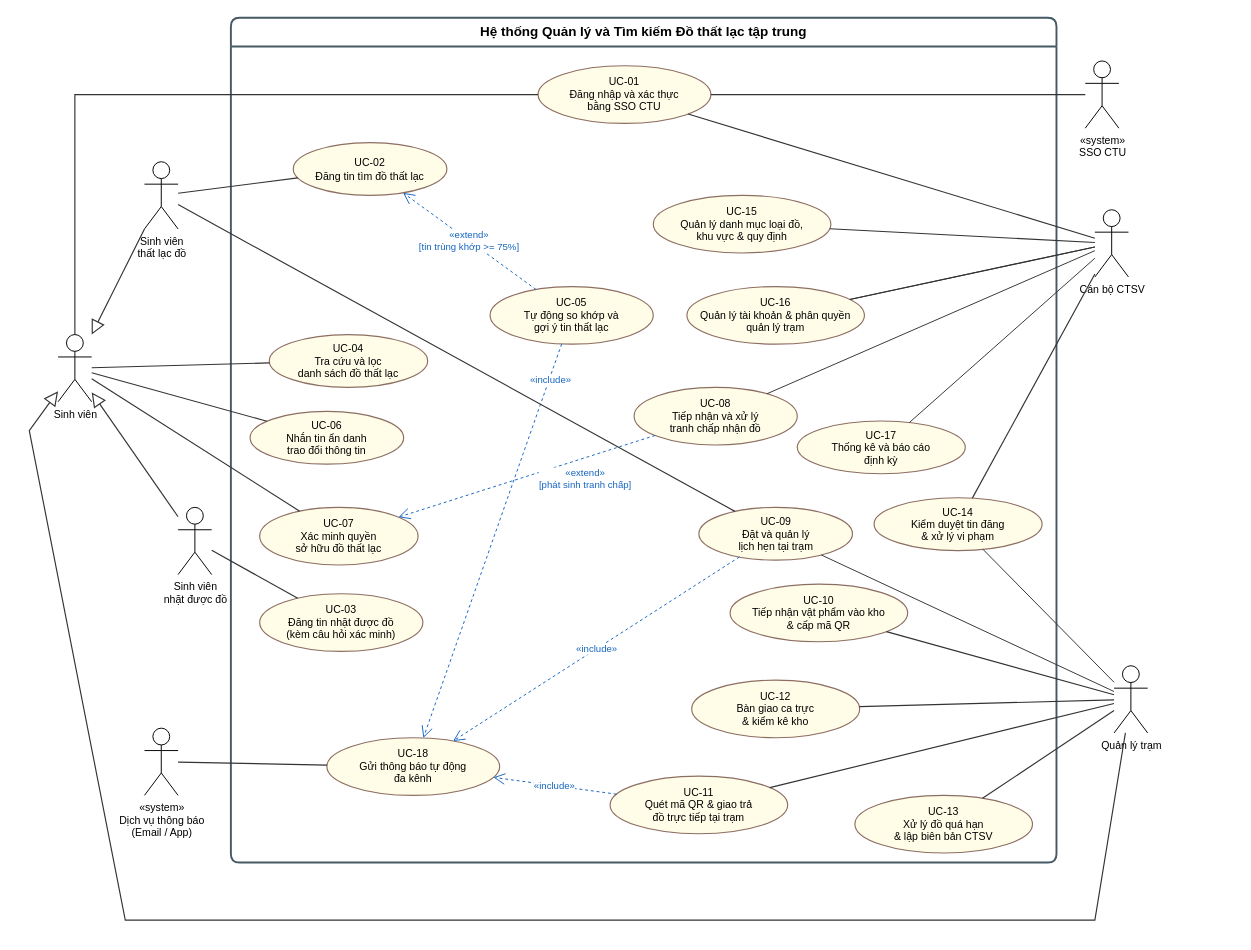
Earlier version of the draw.io diagram 03_MoHinh/FileGoc/UC_TongQuat_v1.0.drawio (lexipit3268/CT241_DeTai05). Source tidied: cells renumbered, new cells numbered last; positions are measured from the earlier drawing's top-left corner, leaving out a move shared by most shapes. Both pictures are drawn from the tidied source at 96%, with x=0, y=0 at pixel (29, 17).
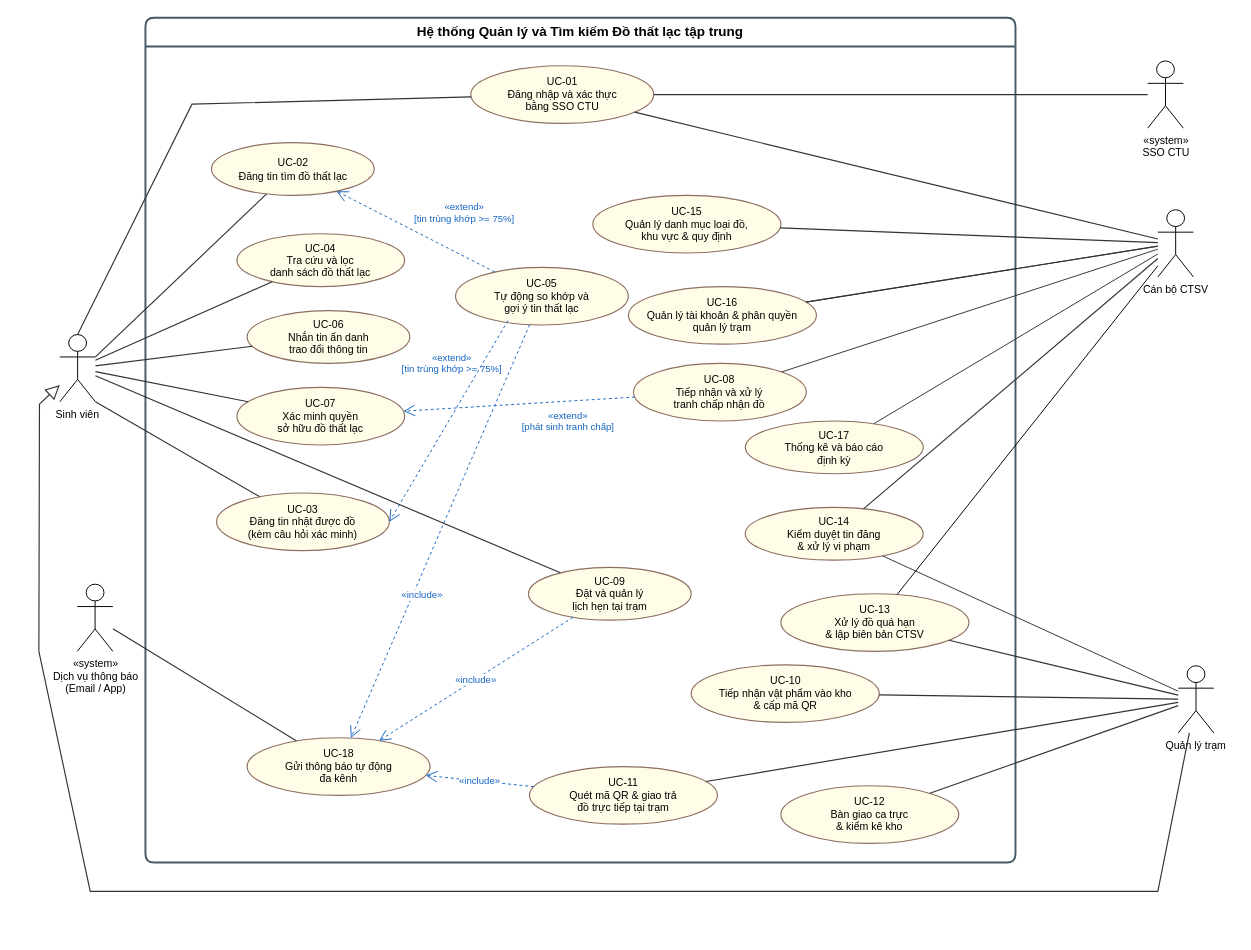
The same page after the edit.

Commit message (it also covers changes not shown here):
Refactor UC_TongQuat_v1.0.drawio: Adjust dimensions and positions of use cases and actors for improved layout and clarity; update connection edges for better flow representation.

What changed in the source:
```diff
@@
     <mxCell id="2" style="group;fillColor=default;" parent="1" vertex="1">
-      <mxGeometry width="1185" height="940" as="geometry" />
+      <mxGeometry width="1255" height="940" as="geometry" />
     </mxCell>
     <mxCell id="3" value="Hệ thống Quản lý và Tìm kiếm Đồ thất lạc tập trung" style="swimlane;whiteSpace=wrap;html=1;startSize=30;rounded=1;arcSize=10;fillColor=#FFFFFF;strokeColor=#455A64;strokeWidth=2;fontSize=14;fontStyle=1;align=center;" parent="2" vertex="1">
-      <mxGeometry x="210" width="860" height="880" as="geometry" />
+      <mxGeometry x="121" width="906.3" height="880" as="geometry" />
     </mxCell>
     <mxCell id="4" value="UC-16&lt;br&gt;Quản lý tài khoản &amp;amp; phân quyền&lt;br&gt;quản lý trạm" style="ellipse;whiteSpace=wrap;html=1;fillColor=#FFFDE7;strokeColor=#8D6E63;strokeWidth=1.2;fontSize=11;align=center;" parent="3" vertex="1">
-      <mxGeometry x="475" y="280" width="185" height="60" as="geometry" />
+      <mxGeometry x="503.1" y="280" width="195.9" height="60" as="geometry" />
     </mxCell>
     <mxCell id="5" value="UC-15&lt;br&gt;Quản lý danh mục loại đồ,&lt;br&gt;khu vực &amp;amp; quy định" style="ellipse;whiteSpace=wrap;html=1;fillColor=#FFFDE7;strokeColor=#8D6E63;strokeWidth=1.2;fontSize=11;align=center;" parent="3" vertex="1">
-      <mxGeometry x="440" y="185" width="185" height="60" as="geometry" />
+      <mxGeometry x="466" y="185" width="195.9" height="60" as="geometry" />
     </mxCell>
     <mxCell id="6" value="UC-01&lt;br&gt;Đăng nhập và xác thực&lt;br&gt;bằng SSO CTU" style="ellipse;whiteSpace=wrap;html=1;fillColor=#FFFDE7;strokeColor=#8D6E63;strokeWidth=1.2;fontSize=11;align=center;" parent="3" vertex="1">
-      <mxGeometry x="320" y="50" width="180" height="60" as="geometry" />
+      <mxGeometry x="338.9" y="50" width="190.6" height="60" as="geometry" />
     </mxCell>
     <mxCell id="7" value="UC-09&lt;br&gt;Đặt và quản lý&lt;br&gt;lịch hẹn tại trạm" style="ellipse;whiteSpace=wrap;html=1;fillColor=#FFFDE7;strokeColor=#8D6E63;strokeWidth=1.2;fontSize=11;align=center;" parent="3" vertex="1">
-      <mxGeometry x="487.5" y="510" width="160" height="55" as="geometry" />
+      <mxGeometry x="399" y="572.5" width="169.5" height="55" as="geometry" />
     </mxCell>
     <mxCell id="8" value="UC-03&lt;br&gt;Đăng tin nhặt được đồ&lt;br&gt;(kèm câu hỏi xác minh)" style="ellipse;whiteSpace=wrap;html=1;fillColor=#FFFDE7;strokeColor=#8D6E63;strokeWidth=1.2;fontSize=11;align=center;" parent="3" vertex="1">
-      <mxGeometry x="30" y="600" width="170" height="60" as="geometry" />
+      <mxGeometry x="74.1" y="495" width="180" height="60" as="geometry" />
     </mxCell>
     <mxCell id="9" value="UC-08&lt;br&gt;Tiếp nhận và xử lý&lt;br&gt;tranh chấp nhận đồ" style="ellipse;whiteSpace=wrap;html=1;fillColor=#FFFDE7;strokeColor=#8D6E63;strokeWidth=1.2;fontSize=11;align=center;" parent="3" vertex="1">
-      <mxGeometry x="420" y="385" width="170" height="60" as="geometry" />
+      <mxGeometry x="508.4" y="360" width="180" height="60" as="geometry" />
     </mxCell>
     <mxCell id="10" value="UC-05&lt;br&gt;Tự động so khớp và&lt;br&gt;gợi ý tin thất lạc" style="ellipse;whiteSpace=wrap;html=1;fillColor=#FFFDE7;strokeColor=#8D6E63;strokeWidth=1.2;fontSize=11;align=center;" parent="3" vertex="1">
-      <mxGeometry x="270" y="280" width="170" height="60" as="geometry" />
+      <mxGeometry x="323" y="260" width="180" height="60" as="geometry" />
     </mxCell>
     <mxCell id="11" value="UC-07&lt;br&gt;Xác minh quyền&lt;br&gt;sở hữu đồ thất lạc" style="ellipse;whiteSpace=wrap;html=1;fillColor=#FFFDE7;strokeColor=#8D6E63;strokeWidth=1.2;fontSize=11;align=center;" parent="3" vertex="1">
-      <mxGeometry x="30" y="510" width="165" height="60" as="geometry" />
+      <mxGeometry x="95.3" y="385" width="174.7" height="60" as="geometry" />
     </mxCell>
@@
     <mxCell id="13" value="UC-06&lt;br&gt;Nhắn tin ẩn danh&lt;br&gt;trao đổi thông tin" style="ellipse;whiteSpace=wrap;html=1;fillColor=#FFFDE7;strokeColor=#8D6E63;strokeWidth=1.2;fontSize=11;align=center;" parent="3" vertex="1">
-      <mxGeometry x="20" y="410" width="160" height="55" as="geometry" />
+      <mxGeometry x="105.9" y="305" width="169.5" height="55" as="geometry" />
     </mxCell>
     <mxCell id="14" value="UC-04&lt;br&gt;Tra cứu và lọc&lt;br&gt;danh sách đồ thất lạc" style="ellipse;whiteSpace=wrap;html=1;fillColor=#FFFDE7;strokeColor=#8D6E63;strokeWidth=1.2;fontSize=11;align=center;" parent="3" vertex="1">
-      <mxGeometry x="40" y="330" width="165" height="55" as="geometry" />
+      <mxGeometry x="95.3" y="225" width="174.7" height="55" as="geometry" />
     </mxCell>
     <mxCell id="15" value="UC-02&lt;br&gt;Đăng tin tìm đồ thất lạc" style="ellipse;whiteSpace=wrap;html=1;fillColor=#FFFDE7;strokeColor=#8D6E63;strokeWidth=1.2;fontSize=11;align=center;" parent="3" vertex="1">
-      <mxGeometry x="65" y="130" width="160" height="55" as="geometry" />
+      <mxGeometry x="68.8" y="130" width="169.5" height="55" as="geometry" />
     </mxCell>
     <mxCell id="16" value="«extend»&#10;[tin trùng khớp &gt;= 75%]" style="endArrow=open;endSize=10;dashed=1;html=1;rounded=0;strokeColor=#1565C0;fontColor=#1565C0;fontSize=10;" parent="3" edge="1" source="10" target="15">
-      <mxGeometry relative="1" as="geometry" />
+      <mxGeometry x="-0.4" y="-40" relative="1" as="geometry">
+        <mxPoint y="-1" as="offset" />
+      </mxGeometry>
     </mxCell>
     <mxCell id="17" value="UC-18&lt;br&gt;Gửi thông báo tự động&lt;br&gt;đa kênh" style="ellipse;whiteSpace=wrap;html=1;fillColor=#FFFDE7;strokeColor=#8D6E63;strokeWidth=1.2;fontSize=11;align=center;" parent="3" vertex="1">
-      <mxGeometry x="100" y="750" width="180" height="60" as="geometry" />
+      <mxGeometry x="105.9" y="750" width="190.6" height="60" as="geometry" />
     </mxCell>
     <mxCell id="18" value="«include»" style="endArrow=open;endSize=10;dashed=1;html=1;rounded=0;strokeColor=#1565C0;fontColor=#1565C0;fontSize=10;" parent="3" edge="1" source="10" target="17">
-      <mxGeometry x="-0.82" y="1" relative="1" as="geometry" />
+      <mxGeometry x="0.29" y="8" relative="1" as="geometry">
+        <mxPoint x="1" as="offset" />
+      </mxGeometry>
     </mxCell>
@@
     <mxCell id="20" value="UC-10&lt;br&gt;Tiếp nhận vật phẩm vào kho&lt;br&gt;&amp;amp; cấp mã QR" style="ellipse;whiteSpace=wrap;html=1;fillColor=#FFFDE7;strokeColor=#8D6E63;strokeWidth=1.2;fontSize=11;align=center;" parent="3" vertex="1">
-      <mxGeometry x="520" y="590" width="185" height="60" as="geometry" />
+      <mxGeometry x="568.5" y="674" width="195.9" height="60" as="geometry" />
     </mxCell>
     <mxCell id="21" value="UC-11&lt;br&gt;Quét mã QR &amp;amp; giao trả&lt;br&gt;đồ trực tiếp tại trạm" style="ellipse;whiteSpace=wrap;html=1;fillColor=#FFFDE7;strokeColor=#8D6E63;strokeWidth=1.2;fontSize=11;align=center;" parent="3" vertex="1">
-      <mxGeometry x="395" y="790" width="185" height="60" as="geometry" />
+      <mxGeometry x="400" y="780" width="195.9" height="60" as="geometry" />
     </mxCell>
     <mxCell id="22" value="UC-12&lt;br&gt;Bàn giao ca trực&lt;br&gt;&amp;amp; kiểm kê kho" style="ellipse;whiteSpace=wrap;html=1;fillColor=#FFFDE7;strokeColor=#8D6E63;strokeWidth=1.2;fontSize=11;align=center;" parent="3" vertex="1">
-      <mxGeometry x="480" y="690" width="175" height="60" as="geometry" />
+      <mxGeometry x="661.9" y="800" width="185.3" height="60" as="geometry" />
     </mxCell>
     <mxCell id="23" value="UC-13&lt;br&gt;Xử lý đồ quá hạn&lt;br&gt;&amp;amp; lập biên bản CTSV" style="ellipse;whiteSpace=wrap;html=1;fillColor=#FFFDE7;strokeColor=#8D6E63;strokeWidth=1.2;fontSize=11;align=center;" parent="3" vertex="1">
-      <mxGeometry x="650" y="810" width="185" height="60" as="geometry" />
+      <mxGeometry x="661.9" y="600" width="195.9" height="60" as="geometry" />
     </mxCell>
     <mxCell id="24" value="UC-17&lt;br&gt;Thống kê và báo cáo&lt;br&gt;định kỳ" style="ellipse;whiteSpace=wrap;html=1;fillColor=#FFFDE7;strokeColor=#8D6E63;strokeWidth=1.2;fontSize=11;align=center;" parent="3" vertex="1">
-      <mxGeometry x="590" y="420" width="175" height="55" as="geometry" />
+      <mxGeometry x="624.9" y="420" width="185.3" height="55" as="geometry" />
     </mxCell>
     <mxCell id="25" value="UC-14&lt;br&gt;Kiểm duyệt tin đăng&lt;br&gt;&amp;amp; xử lý vi phạm" style="ellipse;whiteSpace=wrap;html=1;fillColor=#FFFDE7;strokeColor=#8D6E63;strokeWidth=1.2;fontSize=11;align=center;" parent="3" vertex="1">
-      <mxGeometry x="670" y="500" width="175" height="55" as="geometry" />
+      <mxGeometry x="624.8" y="510" width="185.3" height="55" as="geometry" />
     </mxCell>
-    <mxCell id="26" value="Sinh viên&lt;br&gt;thất lạc đồ" style="shape=umlActor;verticalLabelPosition=bottom;verticalAlign=top;html=1;outlineConnect=0;fillColor=#FFFFFF;strokeColor=#000000;fontSize=11;align=center;" parent="2" vertex="1">
-      <mxGeometry x="120" y="150" width="35" height="70" as="geometry" />
-    </mxCell>
-    <mxCell id="27" value="Sinh viên&lt;br&gt;nhặt được đồ" style="shape=umlActor;verticalLabelPosition=bottom;verticalAlign=top;html=1;outlineConnect=0;fillColor=#FFFFFF;strokeColor=#000000;fontSize=11;align=center;" parent="2" vertex="1">
-      <mxGeometry x="155" y="510" width="35" height="70" as="geometry" />
-    </mxCell>
-    <mxCell id="28" value="«system»&lt;br&gt;Dịch vụ thông báo&lt;br&gt;(Email / App)" style="shape=umlActor;verticalLabelPosition=bottom;verticalAlign=top;html=1;outlineConnect=0;fillColor=#FFFFFF;strokeColor=#000000;fontSize=11;align=center;" parent="2" vertex="1">
-      <mxGeometry x="120" y="740" width="35" height="70" as="geometry" />
-    </mxCell>
+    <mxCell id="59" value="«extend»&#10;[tin trùng khớp &amp;gt;= 75%]" style="endArrow=open;endSize=10;dashed=1;html=1;rounded=0;strokeColor=#1565C0;fontColor=#1565C0;fontSize=10;entryX=1;entryY=0.5;entryDx=0;entryDy=0;exitX=0.303;exitY=0.925;exitDx=0;exitDy=0;exitPerimeter=0;labelBackgroundColor=none;" parent="3" edge="1" source="10" target="8">
+      <mxGeometry x="-0.44" y="-28" relative="1" as="geometry" />
+    </mxCell>
     <mxCell id="29" value="Cán bộ CTSV" style="shape=umlActor;verticalLabelPosition=bottom;verticalAlign=top;html=1;outlineConnect=0;fillColor=#FFFFFF;strokeColor=#000000;fontSize=11;align=center;" parent="2" vertex="1">
-      <mxGeometry x="1110" y="200" width="35" height="70" as="geometry" />
+      <mxGeometry x="1175.6" y="200" width="37.1" height="70" as="geometry" />
     </mxCell>
     <mxCell id="30" value="Quản lý trạm" style="shape=umlActor;verticalLabelPosition=bottom;verticalAlign=top;html=1;outlineConnect=0;fillColor=#FFFFFF;strokeColor=#000000;fontSize=11;align=center;" parent="2" vertex="1">
-      <mxGeometry x="1130" y="675" width="35" height="70" as="geometry" />
+      <mxGeometry x="1196.8" y="675" width="37.1" height="70" as="geometry" />
     </mxCell>
     <mxCell id="31" value="«system»&lt;br&gt;SSO CTU" style="shape=umlActor;verticalLabelPosition=bottom;verticalAlign=top;html=1;outlineConnect=0;fillColor=#FFFFFF;strokeColor=#000000;fontSize=11;align=center;" parent="2" vertex="1">
-      <mxGeometry x="1100" y="45" width="35" height="70" as="geometry" />
+      <mxGeometry x="1165" y="45" width="37.1" height="70" as="geometry" />
     </mxCell>
-    <mxCell id="32" style="endArrow=block;endSize=12;endFill=0;html=1;rounded=0;strokeColor=#333333;strokeWidth=1.2;" parent="2" edge="1" source="26" target="53">
-      <mxGeometry relative="1" as="geometry" />
-    </mxCell>
-    <mxCell id="33" style="endArrow=block;endSize=12;endFill=0;html=1;rounded=0;strokeColor=#333333;strokeWidth=1.2;" parent="2" edge="1" source="27" target="53">
-      <mxGeometry relative="1" as="geometry" />
-    </mxCell>
     <mxCell id="34" style="endArrow=block;endSize=12;endFill=0;html=1;rounded=0;strokeColor=#333333;strokeWidth=1.2;" parent="2" edge="1" source="30" target="53">
       <mxGeometry x="0.02" relative="1" as="geometry">
         <Array as="points">
-          <mxPoint x="1110" y="940" />
-          <mxPoint x="100" y="940" />
-          <mxPoint y="430" />
+          <mxPoint x="1175.6" y="910" />
+          <mxPoint x="63.5" y="910" />
+          <mxPoint x="10" y="660" />
+          <mxPoint x="10.6" y="402.5" />
         </Array>
       </mxGeometry>
     </mxCell>
     <mxCell id="35" style="endArrow=none;html=1;rounded=0;strokeColor=#333333;strokeWidth=1.2;exitX=0.5;exitY=0;exitDx=0;exitDy=0;exitPerimeter=0;" parent="2" edge="1" source="53" target="6">
-      <mxGeometry x="-0.09" relative="1" as="geometry">
+      <mxGeometry x="0.09" relative="1" as="geometry">
         <Array as="points">
-          <mxPoint x="47.5" y="80" />
+          <mxPoint x="169.5" y="90" />
         </Array>
       </mxGeometry>
     </mxCell>
@@
-    <mxCell id="38" style="endArrow=none;html=1;rounded=0;strokeColor=#333333;strokeWidth=1.2;" parent="2" edge="1" source="26" target="15">
+    <mxCell id="38" style="endArrow=none;html=1;rounded=0;strokeColor=#333333;strokeWidth=1.2;exitX=1;exitY=0.3333333333333333;exitDx=0;exitDy=0;exitPerimeter=0;" parent="2" edge="1" source="53" target="15">
       <mxGeometry relative="1" as="geometry" />
     </mxCell>
@@
-    <mxCell id="40" style="endArrow=none;html=1;rounded=0;strokeColor=#333333;strokeWidth=1.2;" parent="2" edge="1" source="26" target="7">
+    <mxCell id="40" style="endArrow=none;html=1;rounded=0;strokeColor=#333333;strokeWidth=1.2;" parent="2" edge="1" source="53" target="7">
       <mxGeometry relative="1" as="geometry" />
     </mxCell>
-    <mxCell id="41" style="endArrow=none;html=1;rounded=0;strokeColor=#333333;strokeWidth=1.2;" parent="2" edge="1" source="27" target="8">
+    <mxCell id="41" style="endArrow=none;html=1;rounded=0;strokeColor=#333333;strokeWidth=1.2;exitX=1;exitY=1;exitDx=0;exitDy=0;exitPerimeter=0;" parent="2" edge="1" source="53" target="8">
       <mxGeometry relative="1" as="geometry" />
     </mxCell>
@@
-    <mxCell id="51" style="endArrow=none;html=1;rounded=0;strokeColor=#333333;strokeWidth=1.2;" parent="2" edge="1" source="17" target="28">
-      <mxGeometry relative="1" as="geometry" />
-    </mxCell>
@@
     <mxCell id="53" value="Sinh viên" style="shape=umlActor;verticalLabelPosition=bottom;verticalAlign=top;html=1;outlineConnect=0;fillColor=#FFFFFF;strokeColor=#000000;fontSize=11;align=center;" parent="2" vertex="1">
-      <mxGeometry x="30" y="330" width="35" height="70" as="geometry" />
+      <mxGeometry x="31.8" y="330" width="37.1" height="70" as="geometry" />
     </mxCell>
@@
-    <mxCell id="58" style="endArrow=none;html=1;rounded=0;strokeColor=#333333;" parent="2" edge="1" source="30" target="7">
-      <mxGeometry relative="1" as="geometry" />
-    </mxCell>
+    <mxCell id="28" value="«system»&lt;br&gt;Dịch vụ thông báo&lt;br&gt;(Email / App)" style="shape=umlActor;verticalLabelPosition=bottom;verticalAlign=top;html=1;outlineConnect=0;fillColor=#FFFFFF;strokeColor=#000000;fontSize=11;align=center;" parent="2" vertex="1">
+      <mxGeometry x="50" y="590" width="37.1" height="70" as="geometry" />
+    </mxCell>
+    <mxCell id="51" style="endArrow=none;html=1;rounded=0;strokeColor=#333333;strokeWidth=1.2;" parent="2" edge="1" source="17" target="28">
+      <mxGeometry relative="1" as="geometry" />
+    </mxCell>
+    <mxCell id="60" style="edgeStyle=none;html=1;shape=wire;dashed=1;endArrow=none;endFill=0;" parent="2" edge="1" source="23" target="29">
+      <mxGeometry relative="1" as="geometry" />
+    </mxCell>
```
